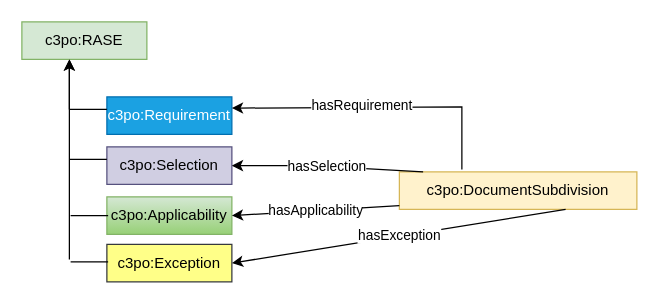
Earlier version of the draw.io diagram page "RASE" (6 of 9) of aec3po.drawio (Accord-Project/aec3po). Source tidied: cells renumbered, new cells numbered last; positions are measured from the earlier drawing's top-left corner, leaving out a move shared by most shapes. Both pictures are drawn from the tidied source at 125%, with x=0, y=0 at pixel (21, 21).
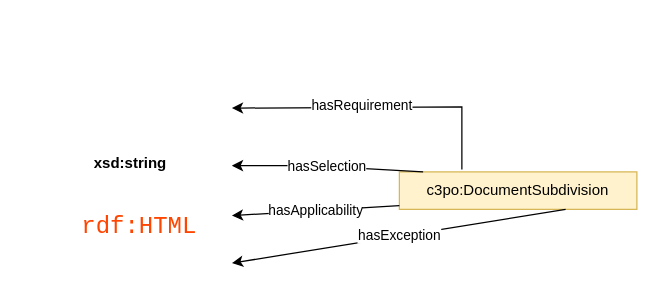
The same diagram, later.

The change refers to these unchanged cells:
```xml
<mxCell id="2" value="c3po:DocumentSubdivision" style="rounded=0;whiteSpace=wrap;html=1;snapToPoint=1;points=[[0.1,0],[0.2,0],[0.3,0],[0.4,0],[0.5,0],[0.6,0],[0.7,0],[0.8,0],[0.9,0],[0,0.1],[0,0.3],[0,0.5],[0,0.7],[0,0.9],[0.1,1],[0.2,1],[0.3,1],[0.4,1],[0.5,1],[0.6,1],[0.7,1],[0.8,1],[0.9,1],[1,0.1],[1,0.3],[1,0.5],[1,0.7],[1,0.9]];fillColor=#fff2cc;strokeColor=#d6b656;" parent="1" vertex="1">
  <mxGeometry x="302" y="120" width="190" height="30" as="geometry" />
</mxCell>
```

Diff of the diagram source:
```diff
@@
+    <mxCell id="19" value="xsd:string" style="text;strokeColor=none;fillColor=none;align=left;verticalAlign=middle;spacingLeft=4;spacingRight=4;overflow=hidden;whiteSpace=wrap;html=1;fontStyle=1;" parent="1" vertex="1">
+      <mxGeometry x="52" y="98" width="80" height="30" as="geometry" />
+    </mxCell>
@@
-    <mxCell id="3" value="c3po:RASE" style="rounded=0;whiteSpace=wrap;html=1;fillColor=#d5e8d4;strokeColor=#82b366;" parent="1" vertex="1">
-      <mxGeometry width="100" height="30" as="geometry" />
-    </mxCell>
-    <mxCell id="4" value="c3po:Requirement" style="rounded=0;whiteSpace=wrap;html=1;snapToPoint=1;points=[[0.1,0],[0.2,0],[0.3,0],[0.4,0],[0.5,0],[0.6,0],[0.7,0],[0.8,0],[0.9,0],[0,0.1],[0,0.3],[0,0.5],[0,0.7],[0,0.9],[0.1,1],[0.2,1],[0.3,1],[0.4,1],[0.5,1],[0.6,1],[0.7,1],[0.8,1],[0.9,1],[1,0.1],[1,0.3],[1,0.5],[1,0.7],[1,0.9]];fillColor=#1ba1e2;strokeColor=#006EAF;fontColor=#ffffff;" parent="1" vertex="1">
-      <mxGeometry x="68" y="60" width="100" height="30" as="geometry" />
-    </mxCell>
-    <mxCell id="5" value="c3po:Selection" style="rounded=0;whiteSpace=wrap;html=1;snapToPoint=1;points=[[0.1,0],[0.2,0],[0.3,0],[0.4,0],[0.5,0],[0.6,0],[0.7,0],[0.8,0],[0.9,0],[0,0.1],[0,0.3],[0,0.5],[0,0.7],[0,0.9],[0.1,1],[0.2,1],[0.3,1],[0.4,1],[0.5,1],[0.6,1],[0.7,1],[0.8,1],[0.9,1],[1,0.1],[1,0.3],[1,0.5],[1,0.7],[1,0.9]];fillColor=#d0cee2;strokeColor=#56517e;" parent="1" vertex="1">
-      <mxGeometry x="68" y="100" width="100" height="30" as="geometry" />
-    </mxCell>
-    <mxCell id="6" value="c3po:Applicability" style="rounded=0;whiteSpace=wrap;html=1;snapToPoint=1;points=[[0.1,0],[0.2,0],[0.3,0],[0.4,0],[0.5,0],[0.6,0],[0.7,0],[0.8,0],[0.9,0],[0,0.1],[0,0.3],[0,0.5],[0,0.7],[0,0.9],[0.1,1],[0.2,1],[0.3,1],[0.4,1],[0.5,1],[0.6,1],[0.7,1],[0.8,1],[0.9,1],[1,0.1],[1,0.3],[1,0.5],[1,0.7],[1,0.9]];fillColor=#d5e8d4;strokeColor=#82b366;gradientColor=#97d077;" parent="1" vertex="1">
-      <mxGeometry x="68" y="140" width="100" height="30" as="geometry" />
-    </mxCell>
-    <mxCell id="7" value="c3po:Exception" style="rounded=0;whiteSpace=wrap;html=1;snapToPoint=1;points=[[0.1,0],[0.2,0],[0.3,0],[0.4,0],[0.5,0],[0.6,0],[0.7,0],[0.8,0],[0.9,0],[0,0.1],[0,0.3],[0,0.5],[0,0.7],[0,0.9],[0.1,1],[0.2,1],[0.3,1],[0.4,1],[0.5,1],[0.6,1],[0.7,1],[0.8,1],[0.9,1],[1,0.1],[1,0.3],[1,0.5],[1,0.7],[1,0.9]];fillColor=#ffff88;strokeColor=#36393d;" parent="1" vertex="1">
-      <mxGeometry x="68" y="178" width="100" height="30" as="geometry" />
-    </mxCell>
-    <mxCell id="8" style="endArrow=classic;html=1;rounded=0;" parent="1" edge="1">
-      <mxGeometry relative="1" as="geometry">
-        <mxPoint x="38" y="70" as="sourcePoint" />
-        <mxPoint x="38" y="30" as="targetPoint" />
-      </mxGeometry>
-    </mxCell>
-    <mxCell id="9" style="endArrow=none;html=1;rounded=0;" parent="1" edge="1">
-      <mxGeometry relative="1" as="geometry">
-        <mxPoint x="38" y="110" as="sourcePoint" />
-        <mxPoint x="68" y="110" as="targetPoint" />
-        <Array as="points">
-          <mxPoint x="48" y="110" />
-        </Array>
-      </mxGeometry>
-    </mxCell>
-    <mxCell id="10" style="endArrow=classic;html=1;rounded=0;" parent="1" edge="1">
-      <mxGeometry relative="1" as="geometry">
-        <mxPoint x="38" y="190" as="sourcePoint" />
-        <mxPoint x="38" y="30" as="targetPoint" />
-      </mxGeometry>
-    </mxCell>
-    <mxCell id="11" style="endArrow=none;html=1;rounded=0;" parent="1" edge="1">
-      <mxGeometry relative="1" as="geometry">
-        <mxPoint x="38" y="70" as="sourcePoint" />
-        <mxPoint x="68" y="70" as="targetPoint" />
-        <Array as="points">
-          <mxPoint x="48" y="70" />
-        </Array>
-      </mxGeometry>
-    </mxCell>
-    <mxCell id="12" style="endArrow=none;html=1;rounded=0;" parent="1" edge="1">
-      <mxGeometry relative="1" as="geometry">
-        <mxPoint x="39" y="155" as="sourcePoint" />
-        <mxPoint x="69" y="155" as="targetPoint" />
-        <Array as="points">
-          <mxPoint x="49" y="155" />
-        </Array>
-      </mxGeometry>
-    </mxCell>
-    <mxCell id="13" style="endArrow=none;html=1;rounded=0;" parent="1" edge="1">
-      <mxGeometry relative="1" as="geometry">
-        <mxPoint x="39" y="192" as="sourcePoint" />
-        <mxPoint x="69" y="192" as="targetPoint" />
-        <Array as="points">
-          <mxPoint x="49" y="192" />
-        </Array>
-      </mxGeometry>
-    </mxCell>
-    <mxCell id="14" style="endArrow=classic;html=1;rounded=0;entryX=1;entryY=0.3;entryDx=0;entryDy=0;" parent="1" edge="1" target="4">
+    <mxCell id="14" style="endArrow=classic;html=1;rounded=0;entryX=1;entryY=0.3;entryDx=0;entryDy=0;" parent="1" edge="1">
       <mxGeometry x="-1" y="190" relative="1" as="geometry">
         <mxPoint x="352" y="118" as="sourcePoint" />
+        <mxPoint x="168" y="69" as="targetPoint" />
         <Array as="points">
           <mxPoint x="352" y="68" />
         </Array>
         <mxPoint x="130" y="180" as="offset" />
       </mxGeometry>
     </mxCell>
@@
-    <mxCell id="16" value="hasSelection" style="endArrow=classic;html=1;rounded=0;entryX=1;entryY=0.5;entryDx=0;entryDy=0;exitX=0.1;exitY=0;exitDx=0;exitDy=0;" parent="1" edge="1" source="2" target="5">
+    <mxCell id="16" value="hasSelection" style="endArrow=classic;html=1;rounded=0;entryX=1;entryY=0.5;entryDx=0;entryDy=0;exitX=0.1;exitY=0;exitDx=0;exitDy=0;" parent="1" edge="1" source="2">
       <mxGeometry relative="1" as="geometry">
+        <mxPoint x="168" y="115" as="targetPoint" />
         <Array as="points">
           <mxPoint x="232" y="115" />
         </Array>
       </mxGeometry>
     </mxCell>
-    <mxCell id="17" value="hasApplicability" style="endArrow=classic;html=1;rounded=0;entryX=1;entryY=0.5;entryDx=0;entryDy=0;exitX=0;exitY=0.9;exitDx=0;exitDy=0;" parent="1" edge="1" source="2" target="6">
-      <mxGeometry relative="1" as="geometry" />
+    <mxCell id="17" value="hasApplicability" style="endArrow=classic;html=1;rounded=0;entryX=1;entryY=0.5;entryDx=0;entryDy=0;exitX=0;exitY=0.9;exitDx=0;exitDy=0;" parent="1" edge="1" source="2">
+      <mxGeometry relative="1" as="geometry">
+        <mxPoint x="168" y="155" as="targetPoint" />
+      </mxGeometry>
     </mxCell>
-    <mxCell id="18" value="hasException" style="endArrow=classic;html=1;rounded=0;entryX=1;entryY=0.5;entryDx=0;entryDy=0;exitX=0.7;exitY=1;exitDx=0;exitDy=0;" parent="1" edge="1" source="2" target="7">
-      <mxGeometry relative="1" as="geometry" />
+    <mxCell id="18" value="hasException" style="endArrow=classic;html=1;rounded=0;entryX=1;entryY=0.5;entryDx=0;entryDy=0;exitX=0.7;exitY=1;exitDx=0;exitDy=0;" parent="1" edge="1" source="2">
+      <mxGeometry relative="1" as="geometry">
+        <mxPoint x="168" y="193" as="targetPoint" />
+      </mxGeometry>
     </mxCell>
+    <mxCell id="20" value="&lt;h3 style=&quot;--tw-border-spacing-x: 0; --tw-border-spacing-y: 0; --tw-translate-x: 0; --tw-translate-y: 0; --tw-rotate: 0; --tw-skew-x: 0; --tw-skew-y: 0; --tw-scale-x: 1; --tw-scale-y: 1; --tw-pan-x: ; --tw-pan-y: ; --tw-pinch-zoom: ; --tw-scroll-snap-strictness: proximity; --tw-ordinal: ; --tw-slashed-zero: ; --tw-numeric-figure: ; --tw-numeric-spacing: ; --tw-numeric-fraction: ; --tw-ring-inset: ; --tw-ring-offset-width: 0px; --tw-ring-offset-color: #fff; --tw-ring-color: rgb(59 130 246 / 0.5); --tw-ring-offset-shadow: 0 0 #0000; --tw-ring-shadow: 0 0 #0000; --tw-shadow: 0 0 #0000; --tw-shadow-colored: 0 0 #0000; --tw-blur: ; --tw-brightness: ; --tw-contrast: ; --tw-grayscale: ; --tw-hue-rotate: ; --tw-invert: ; --tw-saturate: ; --tw-sepia: ; --tw-drop-shadow: ; --tw-backdrop-blur: ; --tw-backdrop-brightness: ; --tw-backdrop-contrast: ; --tw-backdrop-grayscale: ; --tw-backdrop-hue-rotate: ; --tw-backdrop-invert: ; --tw-backdrop-opacity: ; --tw-backdrop-saturate: ; --tw-backdrop-sepia: ; color: rgb(0, 90, 156); background: white; font-variant-numeric: normal; font-variant-east-asian: normal; font-variant-alternates: normal; font-kerning: auto; font-optical-sizing: auto; font-feature-settings: normal; font-variation-settings: normal; font-weight: normal; font-stretch: normal; font-size: 19.2px; line-height: normal; font-family: sans-serif;&quot; id=&quot;h3_section-html&quot; role=&quot;heading&quot; aria-level=&quot;2&quot;&gt;&lt;code style=&quot;--tw-border-spacing-x: 0; --tw-border-spacing-y: 0; --tw-translate-x: 0; --tw-translate-y: 0; --tw-rotate: 0; --tw-skew-x: 0; --tw-skew-y: 0; --tw-scale-x: 1; --tw-scale-y: 1; --tw-pan-x: ; --tw-pan-y: ; --tw-pinch-zoom: ; --tw-scroll-snap-strictness: proximity; --tw-ordinal: ; --tw-slashed-zero: ; --tw-numeric-figure: ; --tw-numeric-spacing: ; --tw-numeric-fraction: ; --tw-ring-inset: ; --tw-ring-offset-width: 0px; --tw-ring-offset-color: #fff; --tw-ring-color: rgb(59 130 246 / 0.5); --tw-ring-offset-shadow: 0 0 #0000; --tw-ring-shadow: 0 0 #0000; --tw-shadow: 0 0 #0000; --tw-shadow-colored: 0 0 #0000; --tw-blur: ; --tw-brightness: ; --tw-contrast: ; --tw-grayscale: ; --tw-hue-rotate: ; --tw-invert: ; --tw-saturate: ; --tw-sepia: ; --tw-drop-shadow: ; --tw-backdrop-blur: ; --tw-backdrop-brightness: ; --tw-backdrop-contrast: ; --tw-backdrop-grayscale: ; --tw-backdrop-hue-rotate: ; --tw-backdrop-invert: ; --tw-backdrop-opacity: ; --tw-backdrop-saturate: ; --tw-backdrop-sepia: ; color: rgb(255, 69, 0);&quot;&gt;rdf:HTML&lt;/code&gt;&lt;/h3&gt;" style="text;strokeColor=none;fillColor=none;align=left;verticalAlign=middle;spacingLeft=4;spacingRight=4;overflow=hidden;whiteSpace=wrap;html=1;" parent="1" vertex="1">
+      <mxGeometry x="42" y="128" width="150" height="70" as="geometry" />
+    </mxCell>
```
